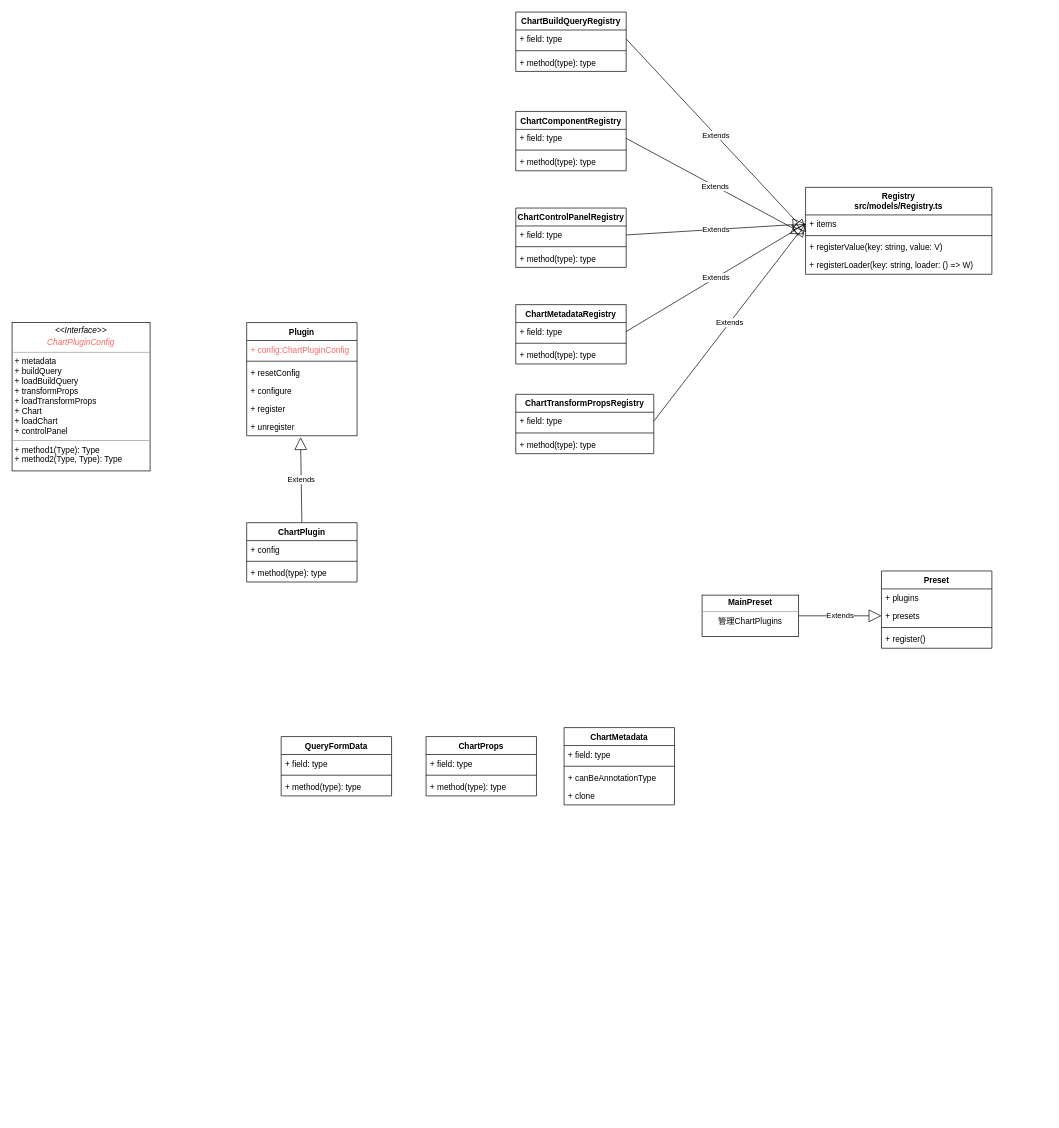
Above: superset-core_chart.drawio in wbbhacker/drawFile (draw.io), before the change. Source tidied: cells renumbered, new cells numbered last; positions are measured from the earlier drawing's top-left corner, leaving out a move shared by most shapes. Both pictures are drawn from the tidied source at 69%, with x=0, y=0 at pixel (12, 12).
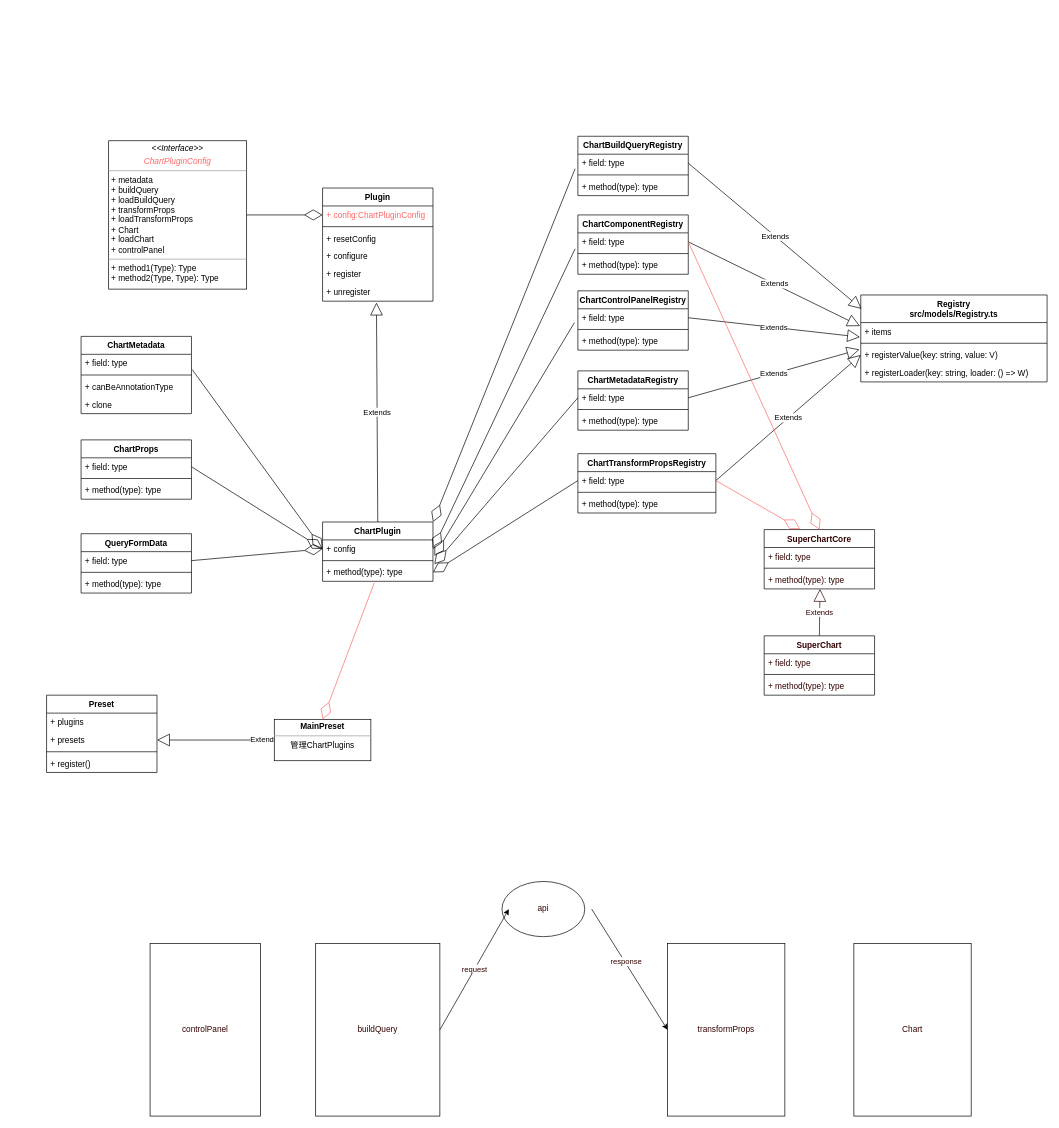
The same diagram, later.

The change refers to these unchanged cells:
```xml
<mxCell id="3" value="+ items" style="text;strokeColor=none;fillColor=none;align=left;verticalAlign=top;spacingLeft=4;spacingRight=4;overflow=hidden;points=[[0,0.5],[1,0.5]];portConstraint=eastwest;" parent="2" vertex="1">
  <mxGeometry y="40" width="270" height="26" as="geometry" />
</mxCell>
<mxCell id="5" value="+ registerValue(key: string, value: V)" style="text;strokeColor=none;fillColor=none;align=left;verticalAlign=top;spacingLeft=4;spacingRight=4;overflow=hidden;points=[[0,0.5],[1,0.5]];portConstraint=eastwest;" parent="2" vertex="1">
  <mxGeometry y="74" width="270" height="26" as="geometry" />
</mxCell>
<mxCell id="9" value="+ field: type" style="text;strokeColor=none;fillColor=none;align=left;verticalAlign=top;spacingLeft=4;spacingRight=4;overflow=hidden;points=[[0,0.5],[1,0.5]];portConstraint=eastwest;" parent="8" vertex="1">
  <mxGeometry y="26" width="160" height="26" as="geometry" />
</mxCell>
<mxCell id="13" value="+ field: type" style="text;strokeColor=none;fillColor=none;align=left;verticalAlign=top;spacingLeft=4;spacingRight=4;overflow=hidden;points=[[0,0.5],[1,0.5]];portConstraint=eastwest;" parent="12" vertex="1">
  <mxGeometry y="26" width="160" height="26" as="geometry" />
</mxCell>
<mxCell id="17" value="+ field: type" style="text;strokeColor=none;fillColor=none;align=left;verticalAlign=top;spacingLeft=4;spacingRight=4;overflow=hidden;points=[[0,0.5],[1,0.5]];portConstraint=eastwest;" parent="16" vertex="1">
  <mxGeometry y="26" width="160" height="26" as="geometry" />
</mxCell>
<mxCell id="21" value="+ field: type" style="text;strokeColor=none;fillColor=none;align=left;verticalAlign=top;spacingLeft=4;spacingRight=4;overflow=hidden;points=[[0,0.5],[1,0.5]];portConstraint=eastwest;" parent="20" vertex="1">
  <mxGeometry y="26" width="160" height="26" as="geometry" />
</mxCell>
<mxCell id="25" value="+ field: type" style="text;strokeColor=none;fillColor=none;align=left;verticalAlign=top;spacingLeft=4;spacingRight=4;overflow=hidden;points=[[0,0.5],[1,0.5]];portConstraint=eastwest;" parent="24" vertex="1">
  <mxGeometry y="26" width="200" height="26" as="geometry" />
</mxCell>
<mxCell id="34" value="+ presets" style="text;strokeColor=none;fillColor=none;align=left;verticalAlign=top;spacingLeft=4;spacingRight=4;overflow=hidden;points=[[0,0.5],[1,0.5]];portConstraint=eastwest;" parent="32" vertex="1">
  <mxGeometry y="52" width="160" height="26" as="geometry" />
</mxCell>
<mxCell id="40" value="+ config:ChartPluginConfig" style="text;strokeColor=none;fillColor=none;align=left;verticalAlign=top;spacingLeft=4;spacingRight=4;overflow=hidden;points=[[0,0.5],[1,0.5]];portConstraint=eastwest;fontColor=#FF6666;" parent="39" vertex="1">
  <mxGeometry y="26" width="160" height="26" as="geometry" />
</mxCell>
<mxCell id="47" value="+ config" style="text;strokeColor=none;fillColor=none;align=left;verticalAlign=top;spacingLeft=4;spacingRight=4;overflow=hidden;points=[[0,0.5],[1,0.5]];portConstraint=eastwest;" parent="46" vertex="1">
  <mxGeometry y="26" width="160" height="26" as="geometry" />
</mxCell>
<mxCell id="49" value="+ method(type): type" style="text;strokeColor=none;fillColor=none;align=left;verticalAlign=top;spacingLeft=4;spacingRight=4;overflow=hidden;points=[[0,0.5],[1,0.5]];portConstraint=eastwest;" parent="46" vertex="1">
  <mxGeometry y="60" width="160" height="26" as="geometry" />
</mxCell>
<mxCell id="52" value="+ field: type" style="text;strokeColor=none;fillColor=none;align=left;verticalAlign=top;spacingLeft=4;spacingRight=4;overflow=hidden;points=[[0,0.5],[1,0.5]];portConstraint=eastwest;" parent="51" vertex="1">
  <mxGeometry y="26" width="160" height="26" as="geometry" />
</mxCell>
<mxCell id="57" value="+ field: type" style="text;strokeColor=none;fillColor=none;align=left;verticalAlign=top;spacingLeft=4;spacingRight=4;overflow=hidden;points=[[0,0.5],[1,0.5]];portConstraint=eastwest;" parent="56" vertex="1">
  <mxGeometry y="26" width="160" height="26" as="geometry" />
</mxCell>
<mxCell id="61" value="+ field: type" style="text;strokeColor=none;fillColor=none;align=left;verticalAlign=top;spacingLeft=4;spacingRight=4;overflow=hidden;points=[[0,0.5],[1,0.5]];portConstraint=eastwest;" parent="60" vertex="1">
  <mxGeometry y="26" width="160" height="26" as="geometry" />
</mxCell>
```

What changed in the source:
```diff
@@
     <mxCell id="2" value="Registry&#10;src/models/Registry.ts" style="swimlane;fontStyle=1;align=center;verticalAlign=top;horizontal=1;startSize=40;" parent="1" vertex="1">
-      <mxGeometry x="1150" y="254" width="270" height="126" as="geometry" />
+      <mxGeometry x="1230" y="410" width="270" height="126" as="geometry" />
     </mxCell>
@@
-    <mxCell id="7" value="Extends" style="endArrow=block;endSize=16;endFill=0;html=1;rounded=0;exitX=1;exitY=0.5;exitDx=0;exitDy=0;entryX=0.004;entryY=0.962;entryDx=0;entryDy=0;entryPerimeter=0;" parent="1" edge="1" source="9" target="3">
+    <mxCell id="7" value="Extends" style="endArrow=block;endSize=16;endFill=0;html=1;rounded=0;exitX=1;exitY=0.5;exitDx=0;exitDy=0;entryX=0.004;entryY=0.159;entryDx=0;entryDy=0;entryPerimeter=0;" parent="1" edge="1" source="9" target="2">
       <mxGeometry relative="1" as="geometry" />
     </mxCell>
     <mxCell id="8" value="ChartBuildQueryRegistry" style="swimlane;fontStyle=1;align=center;verticalAlign=top;horizontal=1;startSize=26;" parent="1" vertex="1">
-      <mxGeometry x="730" width="160" height="86" as="geometry" />
+      <mxGeometry x="820" y="180" width="160" height="86" as="geometry" />
     </mxCell>
@@
     <mxCell id="12" value="ChartComponentRegistry" style="swimlane;fontStyle=1;align=center;verticalAlign=top;horizontal=1;startSize=26;" parent="1" vertex="1">
-      <mxGeometry x="730" y="144" width="160" height="86" as="geometry" />
+      <mxGeometry x="820" y="294" width="160" height="86" as="geometry" />
     </mxCell>
@@
     <mxCell id="16" value="ChartControlPanelRegistry" style="swimlane;fontStyle=1;align=center;verticalAlign=top;horizontal=1;startSize=26;" parent="1" vertex="1">
-      <mxGeometry x="730" y="284" width="160" height="86" as="geometry" />
+      <mxGeometry x="820" y="404" width="160" height="86" as="geometry" />
     </mxCell>
@@
     <mxCell id="20" value="ChartMetadataRegistry" style="swimlane;fontStyle=1;align=center;verticalAlign=top;horizontal=1;startSize=26;" parent="1" vertex="1">
-      <mxGeometry x="730" y="424" width="160" height="86" as="geometry" />
+      <mxGeometry x="820" y="520" width="160" height="86" as="geometry" />
     </mxCell>
@@
     <mxCell id="24" value="ChartTransformPropsRegistry" style="swimlane;fontStyle=1;align=center;verticalAlign=top;horizontal=1;startSize=26;" parent="1" vertex="1">
-      <mxGeometry x="730" y="554" width="200" height="86" as="geometry" />
+      <mxGeometry x="820" y="640" width="200" height="86" as="geometry" />
     </mxCell>
@@
-    <mxCell id="28" value="Extends" style="endArrow=block;endSize=16;endFill=0;html=1;rounded=0;entryX=-0.007;entryY=1.077;entryDx=0;entryDy=0;entryPerimeter=0;exitX=1;exitY=0.5;exitDx=0;exitDy=0;" parent="1" edge="1" source="13" target="3">
+    <mxCell id="28" value="Extends" style="endArrow=block;endSize=16;endFill=0;html=1;rounded=0;entryX=-0.004;entryY=0.192;entryDx=0;entryDy=0;entryPerimeter=0;exitX=1;exitY=0.5;exitDx=0;exitDy=0;" parent="1" edge="1" source="13" target="3">
       <mxGeometry relative="1" as="geometry" />
     </mxCell>
-    <mxCell id="29" value="Extends" style="endArrow=block;endSize=16;endFill=0;html=1;rounded=0;exitX=1;exitY=0.5;exitDx=0;exitDy=0;entryX=0;entryY=0.5;entryDx=0;entryDy=0;" parent="1" edge="1" source="17" target="3">
+    <mxCell id="29" value="Extends" style="endArrow=block;endSize=16;endFill=0;html=1;rounded=0;exitX=1;exitY=0.5;exitDx=0;exitDy=0;entryX=-0.004;entryY=0.808;entryDx=0;entryDy=0;entryPerimeter=0;" parent="1" edge="1" source="17" target="3">
       <mxGeometry relative="1" as="geometry" />
     </mxCell>
-    <mxCell id="30" value="Extends" style="endArrow=block;endSize=16;endFill=0;html=1;rounded=0;exitX=1;exitY=0.5;exitDx=0;exitDy=0;entryX=0;entryY=0.5;entryDx=0;entryDy=0;" parent="1" edge="1" source="21" target="3">
+    <mxCell id="30" value="Extends" style="endArrow=block;endSize=16;endFill=0;html=1;rounded=0;exitX=1;exitY=0.5;exitDx=0;exitDy=0;entryX=-0.007;entryY=0.192;entryDx=0;entryDy=0;entryPerimeter=0;" parent="1" edge="1" source="21" target="5">
       <mxGeometry relative="1" as="geometry" />
     </mxCell>
-    <mxCell id="31" value="Extends" style="endArrow=block;endSize=16;endFill=0;html=1;rounded=0;exitX=1;exitY=0.5;exitDx=0;exitDy=0;entryX=0;entryY=0.5;entryDx=0;entryDy=0;" parent="1" edge="1" source="25" target="3">
+    <mxCell id="31" value="Extends" style="endArrow=block;endSize=16;endFill=0;html=1;rounded=0;exitX=1;exitY=0.5;exitDx=0;exitDy=0;entryX=0;entryY=0.5;entryDx=0;entryDy=0;" parent="1" edge="1" source="25" target="5">
       <mxGeometry relative="1" as="geometry" />
     </mxCell>
     <mxCell id="32" value="Preset" style="swimlane;fontStyle=1;align=center;verticalAlign=top;horizontal=1;startSize=26;" parent="1" vertex="1">
-      <mxGeometry x="1260" y="810" width="160" height="112" as="geometry" />
+      <mxGeometry x="50" y="990" width="160" height="112" as="geometry" />
     </mxCell>
@@
-    <mxCell id="37" value="Extends" style="endArrow=block;endSize=16;endFill=0;html=1;rounded=0;entryX=0;entryY=0.5;entryDx=0;entryDy=0;exitX=1;exitY=0.5;exitDx=0;exitDy=0;" parent="1" edge="1" source="38" target="34">
+    <mxCell id="37" value="Extends" style="endArrow=block;endSize=16;endFill=0;html=1;rounded=0;entryX=1;entryY=0.5;entryDx=0;entryDy=0;exitX=1;exitY=0.5;exitDx=0;exitDy=0;" parent="1" edge="1" source="38" target="34">
       <mxGeometry relative="1" as="geometry" />
     </mxCell>
     <mxCell id="38" value="&lt;p style=&quot;margin: 0px ; margin-top: 4px ; text-align: center&quot;&gt;&lt;b&gt;MainPreset&lt;/b&gt;&lt;/p&gt;&lt;hr size=&quot;1&quot;&gt;&lt;div style=&quot;text-align: center ; height: 2px&quot;&gt;管理ChartPlugins&lt;/div&gt;" style="verticalAlign=top;align=left;overflow=fill;fontSize=12;fontFamily=Helvetica;html=1;" parent="1" vertex="1">
-      <mxGeometry x="1000" y="845" width="140" height="60" as="geometry" />
+      <mxGeometry x="380" y="1025" width="140" height="60" as="geometry" />
     </mxCell>
     <mxCell id="39" value="Plugin" style="swimlane;fontStyle=1;align=center;verticalAlign=top;horizontal=1;startSize=26;" parent="1" vertex="1">
-      <mxGeometry x="340" y="450" width="160" height="164" as="geometry" />
+      <mxGeometry x="450" y="255" width="160" height="164" as="geometry" />
     </mxCell>
@@
     <mxCell id="46" value="ChartPlugin" style="swimlane;fontStyle=1;align=center;verticalAlign=top;horizontal=1;startSize=26;" parent="1" vertex="1">
-      <mxGeometry x="340" y="740" width="160" height="86" as="geometry" />
+      <mxGeometry x="450" y="739" width="160" height="86" as="geometry" />
     </mxCell>
@@
     <mxCell id="51" value="ChartMetadata" style="swimlane;fontStyle=1;align=center;verticalAlign=top;horizontal=1;startSize=26;" parent="1" vertex="1">
-      <mxGeometry x="800" y="1037" width="160" height="112" as="geometry" />
+      <mxGeometry x="100" y="470" width="160" height="112" as="geometry" />
     </mxCell>
@@
     <mxCell id="56" value="ChartProps" style="swimlane;fontStyle=1;align=center;verticalAlign=top;horizontal=1;startSize=26;" parent="1" vertex="1">
-      <mxGeometry x="600" y="1050" width="160" height="86" as="geometry" />
+      <mxGeometry x="100" y="620" width="160" height="86" as="geometry" />
     </mxCell>
@@
     <mxCell id="60" value="QueryFormData" style="swimlane;fontStyle=1;align=center;verticalAlign=top;horizontal=1;startSize=26;" parent="1" vertex="1">
-      <mxGeometry x="390" y="1050" width="160" height="86" as="geometry" />
+      <mxGeometry x="100" y="756" width="160" height="86" as="geometry" />
     </mxCell>
@@
     <mxCell id="64" value="&lt;p style=&quot;margin: 0px ; margin-top: 4px ; text-align: center&quot;&gt;&lt;i&gt;&amp;lt;&amp;lt;Interface&amp;gt;&amp;gt;&lt;/i&gt;&lt;br&gt;&lt;/p&gt;&lt;p style=&quot;margin: 0px ; margin-top: 4px ; text-align: center&quot;&gt;&lt;i&gt;&lt;font color=&quot;#ff6666&quot;&gt;ChartPluginConfig&lt;/font&gt;&lt;/i&gt;&lt;/p&gt;&lt;hr size=&quot;1&quot;&gt;&lt;p style=&quot;margin: 0px ; margin-left: 4px&quot;&gt;+ metadata&lt;br&gt;+ buildQuery&lt;/p&gt;&lt;p style=&quot;margin: 0px ; margin-left: 4px&quot;&gt;+ loadBuildQuery&lt;/p&gt;&lt;p style=&quot;margin: 0px ; margin-left: 4px&quot;&gt;+ transformProps&lt;/p&gt;&lt;p style=&quot;margin: 0px ; margin-left: 4px&quot;&gt;+ loadTransformProps&lt;/p&gt;&lt;p style=&quot;margin: 0px ; margin-left: 4px&quot;&gt;+ Chart&lt;/p&gt;&lt;p style=&quot;margin: 0px ; margin-left: 4px&quot;&gt;+ loadChart&lt;/p&gt;&lt;p style=&quot;margin: 0px ; margin-left: 4px&quot;&gt;+ controlPanel&lt;/p&gt;&lt;hr size=&quot;1&quot;&gt;&lt;p style=&quot;margin: 0px ; margin-left: 4px&quot;&gt;+ method1(Type): Type&lt;br&gt;+ method2(Type, Type): Type&lt;/p&gt;" style="verticalAlign=top;align=left;overflow=fill;fontSize=12;fontFamily=Helvetica;html=1;" parent="1" vertex="1">
-      <mxGeometry y="450" width="200" height="215" as="geometry" />
+      <mxGeometry x="140" y="186.5" width="200" height="215" as="geometry" />
     </mxCell>
+    <mxCell id="65" value="&lt;font color=&quot;#330000&quot;&gt;controlPanel&lt;/font&gt;" style="rounded=0;whiteSpace=wrap;html=1;fontColor=#FF6666;" parent="1" vertex="1">
+      <mxGeometry x="200" y="1350" width="160" height="250" as="geometry" />
+    </mxCell>
+    <mxCell id="66" value="buildQuery" style="rounded=0;whiteSpace=wrap;html=1;fontColor=#330000;" parent="1" vertex="1">
+      <mxGeometry x="440" y="1350" width="180" height="250" as="geometry" />
+    </mxCell>
+    <mxCell id="67" value="transformProps" style="rounded=0;whiteSpace=wrap;html=1;fontColor=#330000;" parent="1" vertex="1">
+      <mxGeometry x="950" y="1350" width="170" height="250" as="geometry" />
+    </mxCell>
+    <mxCell id="68" value="api" style="ellipse;whiteSpace=wrap;html=1;fontColor=#330000;" parent="1" vertex="1">
+      <mxGeometry x="710" y="1260" width="120" height="80" as="geometry" />
+    </mxCell>
+    <mxCell id="69" value="Chart" style="rounded=0;whiteSpace=wrap;html=1;fontColor=#330000;" parent="1" vertex="1">
+      <mxGeometry x="1220" y="1350" width="170" height="250" as="geometry" />
+    </mxCell>
+    <mxCell id="70" value="request" style="endArrow=classic;html=1;rounded=0;fontColor=#330000;exitX=1;exitY=0.5;exitDx=0;exitDy=0;entryX=0;entryY=0.5;entryDx=0;entryDy=0;" parent="1" edge="1" source="66">
+      <mxGeometry relative="1" as="geometry">
+        <mxPoint x="720" y="1300" as="targetPoint" />
+      </mxGeometry>
+    </mxCell>
+    <mxCell id="71" style="endArrow=classic;html=1;rounded=0;fontColor=#330000;exitX=1;exitY=0.5;exitDx=0;exitDy=0;entryX=0;entryY=0.5;entryDx=0;entryDy=0;" parent="1" edge="1" target="67">
+      <mxGeometry relative="1" as="geometry">
+        <mxPoint x="840" y="1300" as="sourcePoint" />
+      </mxGeometry>
+    </mxCell>
+    <mxCell id="72" value="response&lt;br&gt;" style="edgeLabel;html=1;align=center;verticalAlign=middle;fontColor=#330000;" parent="71" vertex="1">
+      <mxGeometry x="-0.13" y="2" relative="1" as="geometry" />
+    </mxCell>
+    <mxCell id="73" value="SuperChartCore" style="swimlane;fontStyle=1;align=center;verticalAlign=top;horizontal=1;startSize=26;fontColor=#330000;" parent="1" vertex="1">
+      <mxGeometry x="1090" y="750" width="160" height="86" as="geometry" />
+    </mxCell>
+    <mxCell id="74" value="+ field: type" style="text;strokeColor=none;fillColor=none;align=left;verticalAlign=top;spacingLeft=4;spacingRight=4;overflow=hidden;fontColor=#330000;" parent="73" vertex="1">
+      <mxGeometry y="26" width="160" height="26" as="geometry" />
+    </mxCell>
+    <mxCell id="75" style="line;strokeWidth=1;fillColor=none;align=left;verticalAlign=middle;spacingTop=-1;spacingLeft=3;spacingRight=3;labelPosition=right;fontColor=#330000;" parent="73" vertex="1">
+      <mxGeometry y="52" width="160" height="8" as="geometry" />
+    </mxCell>
+    <mxCell id="76" value="+ method(type): type" style="text;strokeColor=none;fillColor=none;align=left;verticalAlign=top;spacingLeft=4;spacingRight=4;overflow=hidden;points=[[0,0.5],[1,0.5]];portConstraint=eastwest;fontColor=#330000;" parent="73" vertex="1">
+      <mxGeometry y="60" width="160" height="26" as="geometry" />
+    </mxCell>
+    <mxCell id="77" style="endArrow=diamondThin;endFill=0;endSize=24;html=1;rounded=0;fontColor=#330000;exitX=1;exitY=0.5;exitDx=0;exitDy=0;entryX=0;entryY=0.5;entryDx=0;entryDy=0;" parent="1" edge="1" source="64" target="40">
+      <mxGeometry relative="1" as="geometry" />
+    </mxCell>
+    <mxCell id="78" style="endArrow=diamondThin;endFill=0;endSize=24;html=1;rounded=0;fontColor=#330000;entryX=1;entryY=0.5;entryDx=0;entryDy=0;exitX=-0.025;exitY=0.885;exitDx=0;exitDy=0;exitPerimeter=0;" parent="1" edge="1" source="13" target="47">
+      <mxGeometry relative="1" as="geometry" />
+    </mxCell>
+    <mxCell id="79" style="endArrow=diamondThin;endFill=0;endSize=24;html=1;rounded=0;fontColor=#330000;entryX=1;entryY=0;entryDx=0;entryDy=0;exitX=-0.025;exitY=0.808;exitDx=0;exitDy=0;exitPerimeter=0;" parent="1" edge="1" source="9" target="46">
+      <mxGeometry relative="1" as="geometry" />
+    </mxCell>
+    <mxCell id="80" style="endArrow=diamondThin;endFill=0;endSize=24;html=1;rounded=0;fontColor=#330000;entryX=1.013;entryY=0.885;entryDx=0;entryDy=0;entryPerimeter=0;exitX=-0.031;exitY=0.769;exitDx=0;exitDy=0;exitPerimeter=0;" parent="1" edge="1" source="17" target="47">
+      <mxGeometry relative="1" as="geometry" />
+    </mxCell>
+    <mxCell id="81" style="endArrow=diamondThin;endFill=0;endSize=24;html=1;rounded=0;fontColor=#330000;exitX=0;exitY=0.5;exitDx=0;exitDy=0;entryX=1.013;entryY=0.038;entryDx=0;entryDy=0;entryPerimeter=0;" parent="1" edge="1" source="21" target="49">
+      <mxGeometry relative="1" as="geometry" />
+    </mxCell>
+    <mxCell id="82" style="endArrow=diamondThin;endFill=0;endSize=24;html=1;rounded=0;fontColor=#330000;exitX=0;exitY=0.5;exitDx=0;exitDy=0;entryX=1;entryY=0.5;entryDx=0;entryDy=0;" parent="1" edge="1" source="25" target="49">
+      <mxGeometry relative="1" as="geometry" />
+    </mxCell>
+    <mxCell id="83" style="endArrow=diamondThin;endFill=0;endSize=24;html=1;rounded=0;fontColor=#330000;exitX=1.006;exitY=0.846;exitDx=0;exitDy=0;exitPerimeter=0;entryX=0;entryY=0.5;entryDx=0;entryDy=0;" parent="1" edge="1" source="52" target="47">
+      <mxGeometry relative="1" as="geometry" />
+    </mxCell>
+    <mxCell id="84" style="endArrow=diamondThin;endFill=0;endSize=24;html=1;rounded=0;fontColor=#330000;exitX=1;exitY=0.5;exitDx=0;exitDy=0;entryX=0;entryY=0.5;entryDx=0;entryDy=0;" parent="1" edge="1" source="57" target="47">
+      <mxGeometry relative="1" as="geometry" />
+    </mxCell>
+    <mxCell id="85" style="endArrow=diamondThin;endFill=0;endSize=24;html=1;rounded=0;fontColor=#330000;exitX=1;exitY=0.5;exitDx=0;exitDy=0;entryX=0;entryY=0.5;entryDx=0;entryDy=0;" parent="1" edge="1" source="61" target="47">
+      <mxGeometry relative="1" as="geometry" />
+    </mxCell>
+    <mxCell id="86" style="endArrow=diamondThin;endFill=0;endSize=24;html=1;rounded=0;fontColor=#330000;entryX=0.5;entryY=0;entryDx=0;entryDy=0;exitX=0.469;exitY=1.077;exitDx=0;exitDy=0;exitPerimeter=0;strokeColor=#FF6666;" parent="1" edge="1" source="49" target="38">
+      <mxGeometry relative="1" as="geometry" />
+    </mxCell>
+    <mxCell id="87" style="endArrow=diamondThin;endFill=0;endSize=24;html=1;rounded=0;fontColor=#330000;strokeColor=#FF6666;exitX=1;exitY=0.5;exitDx=0;exitDy=0;entryX=0.5;entryY=0;entryDx=0;entryDy=0;" parent="1" edge="1" source="13" target="73">
+      <mxGeometry relative="1" as="geometry" />
+    </mxCell>
+    <mxCell id="88" style="endArrow=diamondThin;endFill=0;endSize=24;html=1;rounded=0;fontColor=#330000;strokeColor=#FF6666;exitX=1;exitY=0.5;exitDx=0;exitDy=0;entryX=0.325;entryY=-0.012;entryDx=0;entryDy=0;entryPerimeter=0;" parent="1" edge="1" source="25" target="73">
+      <mxGeometry relative="1" as="geometry" />
+    </mxCell>
+    <mxCell id="89" value="SuperChart" style="swimlane;fontStyle=1;align=center;verticalAlign=top;horizontal=1;startSize=26;fontColor=#330000;" parent="1" vertex="1">
+      <mxGeometry x="1090" y="904" width="160" height="86" as="geometry" />
+    </mxCell>
+    <mxCell id="90" value="+ field: type" style="text;strokeColor=none;fillColor=none;align=left;verticalAlign=top;spacingLeft=4;spacingRight=4;overflow=hidden;fontColor=#330000;" parent="89" vertex="1">
+      <mxGeometry y="26" width="160" height="26" as="geometry" />
+    </mxCell>
+    <mxCell id="91" style="line;strokeWidth=1;fillColor=none;align=left;verticalAlign=middle;spacingTop=-1;spacingLeft=3;spacingRight=3;labelPosition=right;fontColor=#330000;" parent="89" vertex="1">
+      <mxGeometry y="52" width="160" height="8" as="geometry" />
+    </mxCell>
+    <mxCell id="92" value="+ method(type): type" style="text;strokeColor=none;fillColor=none;align=left;verticalAlign=top;spacingLeft=4;spacingRight=4;overflow=hidden;fontColor=#330000;" parent="89" vertex="1">
+      <mxGeometry y="60" width="160" height="26" as="geometry" />
+    </mxCell>
+    <mxCell id="93" value="Extends" style="endArrow=block;endSize=16;endFill=0;html=1;rounded=0;fontColor=#330000;strokeColor=#330000;entryX=0.506;entryY=1;entryDx=0;entryDy=0;entryPerimeter=0;exitX=0.5;exitY=0;exitDx=0;exitDy=0;" parent="1" edge="1" source="89" target="76">
+      <mxGeometry relative="1" as="geometry" />
+    </mxCell>
```
